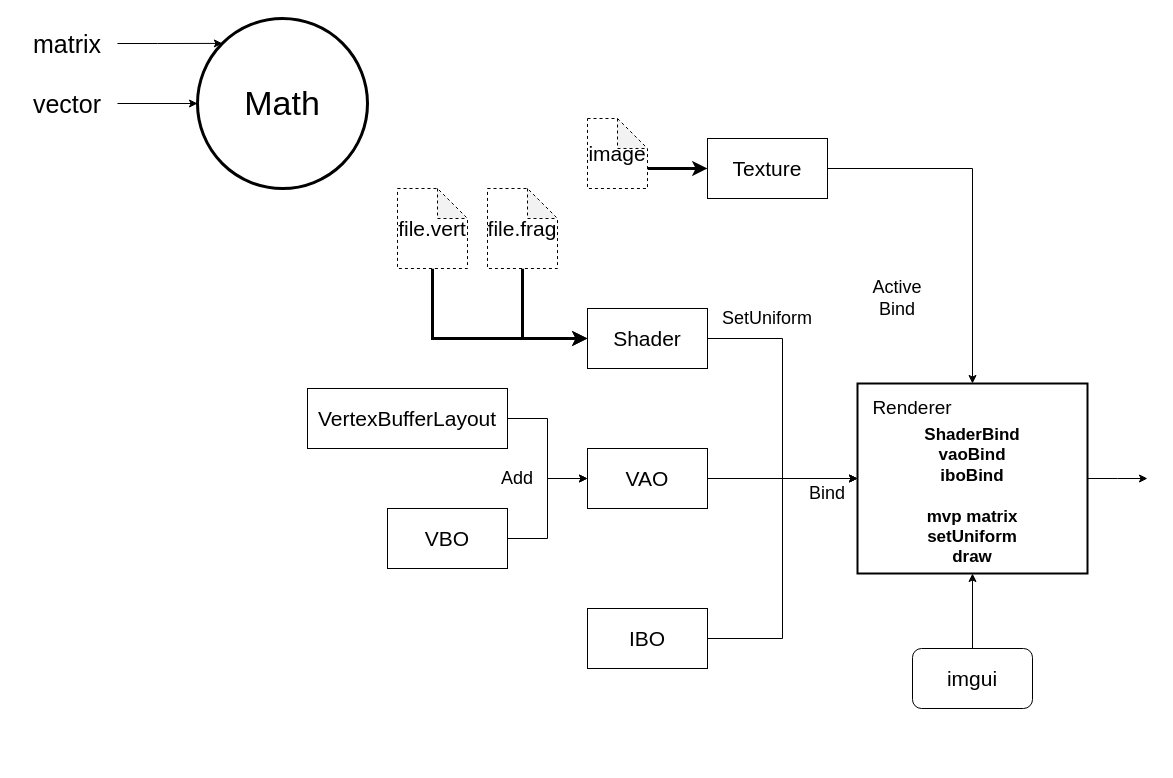
Earlier version of the draw.io diagram OpenGL.drawio (xiaodongYao/DrawIO). Source tidied: cells renumbered, new cells numbered last; positions are measured from the earlier drawing's top-left corner, leaving out a move shared by most shapes. Both pictures are drawn from the tidied source at 100%, with x=0, y=0 at pixel (17, 18).
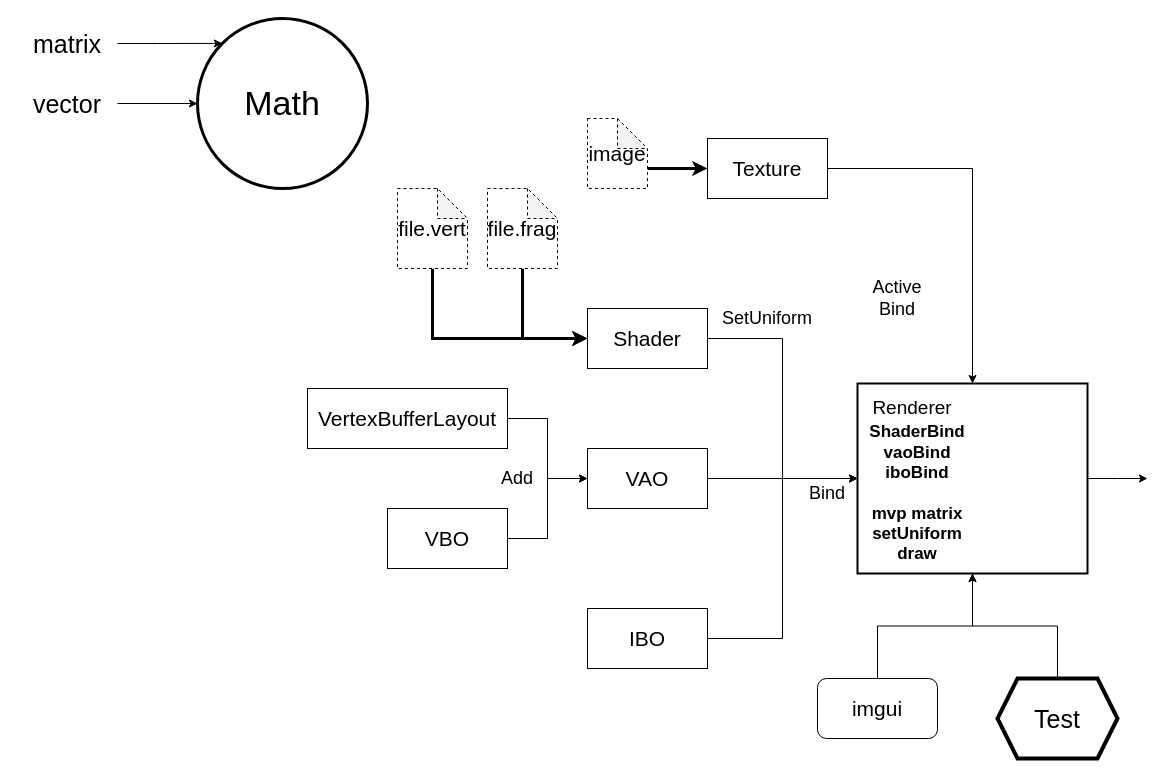
The same page after the edit.

Unchanged cells that the change refers to:
```xml
<mxCell id="15" style="rounded=0;whiteSpace=wrap;html=1;fontSize=21;strokeWidth=2;" parent="1" vertex="1">
  <mxGeometry x="840" y="365" width="230" height="190" as="geometry" />
</mxCell>
```

Change to the diagram source:
```diff
@@
-    <mxCell id="27" style="edgeStyle=orthogonalEdgeStyle;rounded=0;jettySize=auto;html=1;exitX=0.5;exitY=0;exitDx=0;exitDy=0;entryX=0.5;entryY=1;entryDx=0;entryDy=0;" parent="1" edge="1" source="28" target="15">
+    <mxCell id="27" style="edgeStyle=orthogonalEdgeStyle;rounded=0;jettySize=auto;html=1;exitX=0.5;exitY=0;exitDx=0;exitDy=0;" parent="1" edge="1" source="28" target="15">
       <mxGeometry relative="1" as="geometry" />
     </mxCell>
     <mxCell id="28" value="imgui" style="rounded=1;whiteSpace=wrap;html=1;fontSize=21;" parent="1" vertex="1">
-      <mxGeometry x="895" y="630" width="120" height="60" as="geometry" />
+      <mxGeometry x="800" y="660" width="120" height="60" as="geometry" />
     </mxCell>
@@
-    <mxCell id="30" value="ShaderBind&lt;div&gt;vaoBind&lt;/div&gt;&lt;div&gt;iboBind&lt;/div&gt;&lt;div&gt;&lt;br&gt;&lt;/div&gt;&lt;div&gt;mvp matrix&lt;/div&gt;&lt;div&gt;setUniform&lt;/div&gt;&lt;div&gt;draw&lt;/div&gt;&lt;div&gt;&lt;br&gt;&lt;/div&gt;" style="text;html=1;align=center;verticalAlign=middle;whiteSpace=wrap;rounded=0;fontSize=17;fontStyle=1;" parent="1" vertex="1">
-      <mxGeometry x="867.2" y="410" width="175.6" height="155" as="geometry" />
+    <mxCell id="30" value="ShaderBind&lt;div&gt;vaoBind&lt;/div&gt;&lt;div&gt;iboBind&lt;/div&gt;&lt;div&gt;&lt;br&gt;&lt;/div&gt;&lt;div&gt;mvp matrix&lt;/div&gt;&lt;div&gt;setUniform&lt;/div&gt;&lt;div&gt;draw&lt;/div&gt;" style="text;html=1;align=center;verticalAlign=middle;whiteSpace=wrap;rounded=0;fontSize=17;fontStyle=1;" parent="1" vertex="1">
+      <mxGeometry x="810" y="400" width="180" height="150" as="geometry" />
     </mxCell>
@@
+    <mxCell id="35" style="edgeStyle=orthogonalEdgeStyle;rounded=0;jettySize=auto;html=1;exitX=0.5;exitY=0;exitDx=0;exitDy=0;entryX=0.5;entryY=1;entryDx=0;entryDy=0;" parent="1" edge="1" source="36" target="15">
+      <mxGeometry relative="1" as="geometry" />
+    </mxCell>
+    <mxCell id="36" value="Test" style="shape=hexagon;perimeter=hexagonPerimeter2;whiteSpace=wrap;html=1;fixedSize=1;fontSize=25;strokeWidth=4;" parent="1" vertex="1">
+      <mxGeometry x="980" y="660" width="120" height="80" as="geometry" />
+    </mxCell>
```
